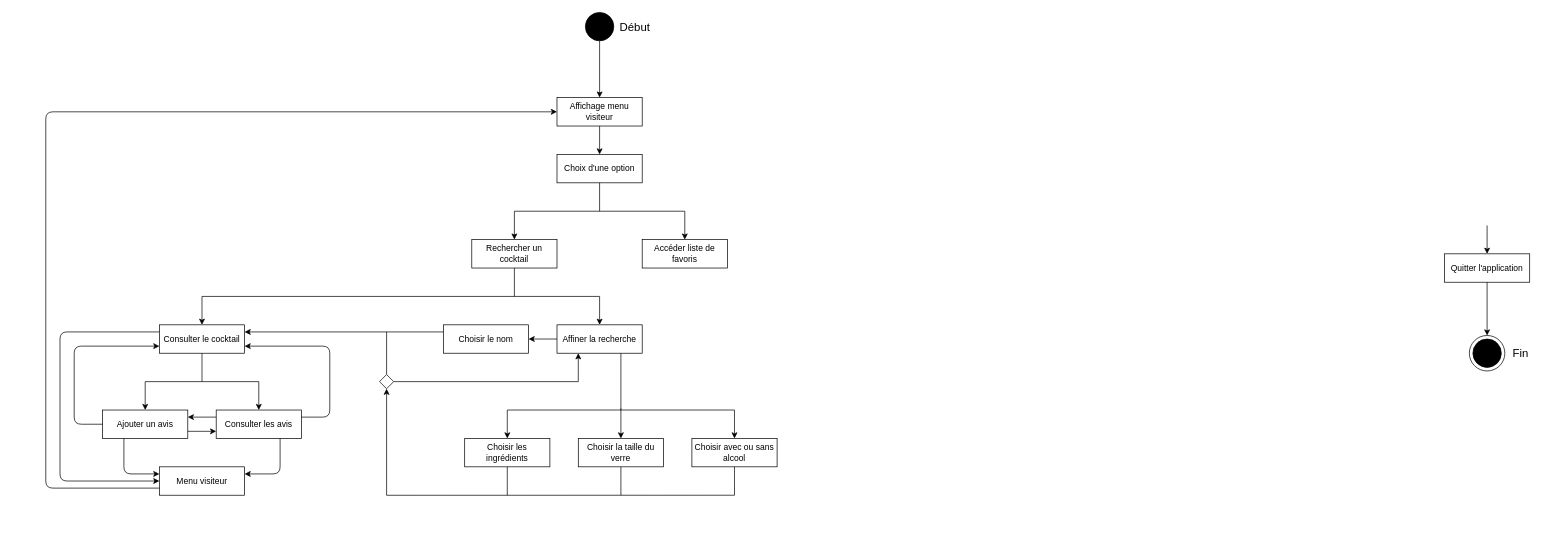
wahib299/ProjetInfo2A keeps this draw.io diagram as Diagramme d'état du menu utilisateur régulier.drawio. Above is the earlier version. Source tidied: cells renumbered, new cells numbered last; positions are measured from the earlier drawing's top-left corner, leaving out a move shared by most shapes. Both pictures are drawn from the tidied source at 71%, with x=0, y=0 at pixel (45, 12).
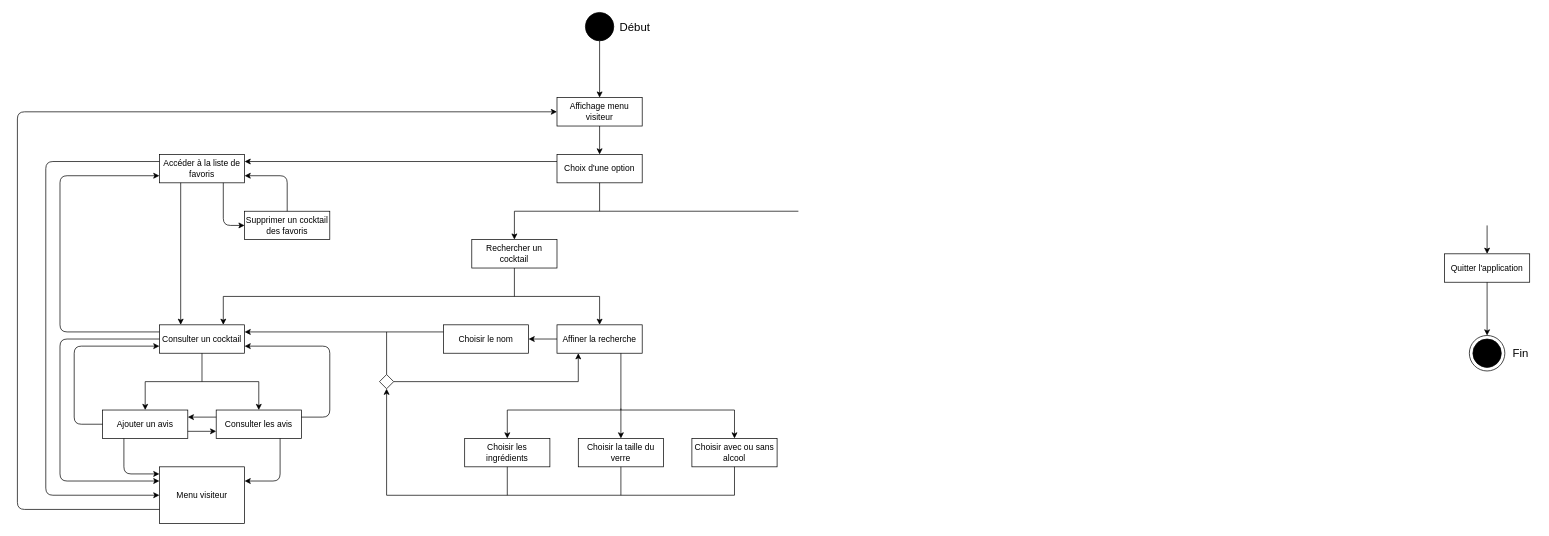
The same page after the edit.

The change refers to these unchanged cells:
```xml
<mxCell id="3" value="Affichage menu visiteur" style="rounded=0;whiteSpace=wrap;html=1;fillColor=#FFFFFF;" parent="1" vertex="1">
  <mxGeometry x="720" y="120" width="120" height="40" as="geometry" />
</mxCell>
<mxCell id="15" value="Choix d'une option" style="rounded=0;whiteSpace=wrap;html=1;fillColor=#FFFFFF;" parent="1" vertex="1">
  <mxGeometry x="720" y="200" width="120" height="40" as="geometry" />
</mxCell>
<mxCell id="35" value="Consulter les avis" style="rounded=0;whiteSpace=wrap;html=1;fillColor=#FFFFFF;" parent="1" vertex="1">
  <mxGeometry x="240" y="560" width="120" height="40" as="geometry" />
</mxCell>
<mxCell id="52" value="Ajouter un avis" style="rounded=0;whiteSpace=wrap;html=1;fillColor=#FFFFFF;" parent="1" vertex="1">
  <mxGeometry x="80" y="560" width="120" height="40" as="geometry" />
</mxCell>
```

Diff of the diagram source:
```diff
@@
     <mxCell id="4" style="endArrow=none;html=1;" parent="1" edge="1">
       <mxGeometry relative="1" as="geometry">
         <mxPoint x="660" y="280" as="sourcePoint" />
-        <mxPoint x="900" y="280" as="targetPoint" />
+        <mxPoint x="1060" y="280" as="targetPoint" />
       </mxGeometry>
     </mxCell>
@@
     <mxCell id="18" style="endArrow=none;html=1;" parent="1" edge="1">
       <mxGeometry relative="1" as="geometry">
-        <mxPoint x="220" y="400" as="sourcePoint" />
+        <mxPoint x="250" y="400" as="sourcePoint" />
         <mxPoint x="780" y="400" as="targetPoint" />
       </mxGeometry>
     </mxCell>
@@
-    <mxCell id="31" value="Consulter le cocktail" style="rounded=0;whiteSpace=wrap;html=1;fillColor=#FFFFFF;" parent="1" vertex="1">
+    <mxCell id="31" value="Consulter un cocktail" style="rounded=0;whiteSpace=wrap;html=1;fillColor=#FFFFFF;" parent="1" vertex="1">
       <mxGeometry x="160" y="440" width="120" height="40" as="geometry" />
     </mxCell>
-    <mxCell id="32" style="endArrow=classic;html=1;entryX=0.5;entryY=0;entryDx=0;entryDy=0;" parent="1" edge="1" target="31">
+    <mxCell id="32" style="endArrow=classic;html=1;entryX=0.75;entryY=0;entryDx=0;entryDy=0;" parent="1" edge="1" target="31">
       <mxGeometry relative="1" as="geometry">
-        <mxPoint x="220" y="400" as="sourcePoint" />
+        <mxPoint x="250" y="400" as="sourcePoint" />
       </mxGeometry>
     </mxCell>
@@
     <mxCell id="40" value="Menu visiteur" style="rounded=0;whiteSpace=wrap;html=1;fillColor=#FFFFFF;" parent="1" vertex="1">
-      <mxGeometry x="160" y="640" width="120" height="40" as="geometry" />
+      <mxGeometry x="160" y="640" width="120" height="80" as="geometry" />
     </mxCell>
@@
-    <mxCell id="50" value="Accéder liste de favoris" style="rounded=0;whiteSpace=wrap;html=1;fillColor=#FFFFFF;" parent="1" vertex="1">
-      <mxGeometry x="840" y="320" width="120" height="40" as="geometry" />
+    <mxCell id="50" value="Accéder à la liste de favoris" style="rounded=0;whiteSpace=wrap;html=1;fillColor=#FFFFFF;" parent="1" vertex="1">
+      <mxGeometry x="160" y="200" width="120" height="40" as="geometry" />
     </mxCell>
-    <mxCell id="51" style="endArrow=classic;html=1;entryX=0.5;entryY=0;entryDx=0;entryDy=0;" parent="1" edge="1" target="50">
-      <mxGeometry relative="1" as="geometry">
-        <mxPoint x="900" y="280" as="sourcePoint" />
-      </mxGeometry>
-    </mxCell>
@@
     <mxCell id="57" style="endArrow=classic;html=1;entryX=1;entryY=0.25;entryDx=0;entryDy=0;exitX=0.75;exitY=1;exitDx=0;exitDy=0;" parent="1" edge="1" source="35" target="40">
       <mxGeometry relative="1" as="geometry">
         <Array as="points">
-          <mxPoint x="330" y="650" />
+          <mxPoint x="330" y="660" />
         </Array>
       </mxGeometry>
     </mxCell>
-    <mxCell id="58" style="endArrow=classic;html=1;entryX=0;entryY=0.25;entryDx=0;entryDy=0;exitX=0.25;exitY=1;exitDx=0;exitDy=0;" parent="1" edge="1" source="52" target="40">
+    <mxCell id="58" style="endArrow=classic;html=1;entryX=0;entryY=0.125;entryDx=0;entryDy=0;exitX=0.25;exitY=1;exitDx=0;exitDy=0;entryPerimeter=0;" parent="1" edge="1" source="52" target="40">
       <mxGeometry relative="1" as="geometry">
         <Array as="points">
           <mxPoint x="110" y="650" />
         </Array>
       </mxGeometry>
     </mxCell>
     <mxCell id="59" style="endArrow=classic;html=1;exitX=0;exitY=0.75;exitDx=0;exitDy=0;entryX=0;entryY=0.5;entryDx=0;entryDy=0;" parent="1" edge="1" source="40" target="3">
       <mxGeometry relative="1" as="geometry">
         <Array as="points">
-          <mxPoint y="670" />
-          <mxPoint y="140" />
+          <mxPoint x="-40" y="700" />
+          <mxPoint x="-40" y="140" />
         </Array>
       </mxGeometry>
     </mxCell>
-    <mxCell id="60" style="endArrow=classic;html=1;exitX=0;exitY=0.25;exitDx=0;exitDy=0;entryX=0;entryY=0.5;entryDx=0;entryDy=0;" parent="1" edge="1" source="31" target="40">
+    <mxCell id="60" style="endArrow=classic;html=1;exitX=0;exitY=0.5;exitDx=0;exitDy=0;entryX=0;entryY=0.25;entryDx=0;entryDy=0;entryPerimeter=0;" parent="1" edge="1" source="31" target="40">
       <mxGeometry relative="1" as="geometry">
         <Array as="points">
-          <mxPoint x="20" y="450" />
+          <mxPoint x="20" y="460" />
           <mxPoint x="20" y="660" />
         </Array>
       </mxGeometry>
     </mxCell>
+    <mxCell id="61" value="Supprimer un cocktail des favoris" style="rounded=0;whiteSpace=wrap;html=1;fillColor=#FFFFFF;" parent="1" vertex="1">
+      <mxGeometry x="280" y="280" width="120" height="40" as="geometry" />
+    </mxCell>
+    <mxCell id="62" style="endArrow=classic;html=1;entryX=0.25;entryY=0;entryDx=0;entryDy=0;exitX=0.25;exitY=1;exitDx=0;exitDy=0;" parent="1" edge="1" source="50" target="31">
+      <mxGeometry relative="1" as="geometry" />
+    </mxCell>
+    <mxCell id="63" style="endArrow=classic;html=1;exitX=0;exitY=0.25;exitDx=0;exitDy=0;entryX=0;entryY=0.75;entryDx=0;entryDy=0;" parent="1" edge="1" source="31" target="50">
+      <mxGeometry relative="1" as="geometry">
+        <Array as="points">
+          <mxPoint x="20" y="450" />
+          <mxPoint x="20" y="230" />
+        </Array>
+      </mxGeometry>
+    </mxCell>
+    <mxCell id="64" style="endArrow=classic;html=1;exitX=0;exitY=0.25;exitDx=0;exitDy=0;entryX=1;entryY=0.25;entryDx=0;entryDy=0;" parent="1" edge="1" source="15" target="50">
+      <mxGeometry relative="1" as="geometry" />
+    </mxCell>
+    <mxCell id="65" style="endArrow=classic;html=1;exitX=0.75;exitY=1;exitDx=0;exitDy=0;entryX=0;entryY=0.5;entryDx=0;entryDy=0;" parent="1" edge="1" source="50" target="61">
+      <mxGeometry relative="1" as="geometry">
+        <Array as="points">
+          <mxPoint x="250" y="300" />
+        </Array>
+      </mxGeometry>
+    </mxCell>
+    <mxCell id="66" style="endArrow=classic;html=1;entryX=1;entryY=0.75;entryDx=0;entryDy=0;exitX=0.5;exitY=0;exitDx=0;exitDy=0;" parent="1" edge="1" source="61" target="50">
+      <mxGeometry relative="1" as="geometry">
+        <Array as="points">
+          <mxPoint x="340" y="230" />
+        </Array>
+      </mxGeometry>
+    </mxCell>
+    <mxCell id="67" style="endArrow=classic;html=1;exitX=0;exitY=0.25;exitDx=0;exitDy=0;entryX=0;entryY=0.5;entryDx=0;entryDy=0;" parent="1" edge="1" source="50" target="40">
+      <mxGeometry relative="1" as="geometry">
+        <Array as="points">
+          <mxPoint y="210" />
+          <mxPoint y="680" />
+        </Array>
+      </mxGeometry>
+    </mxCell>
```
